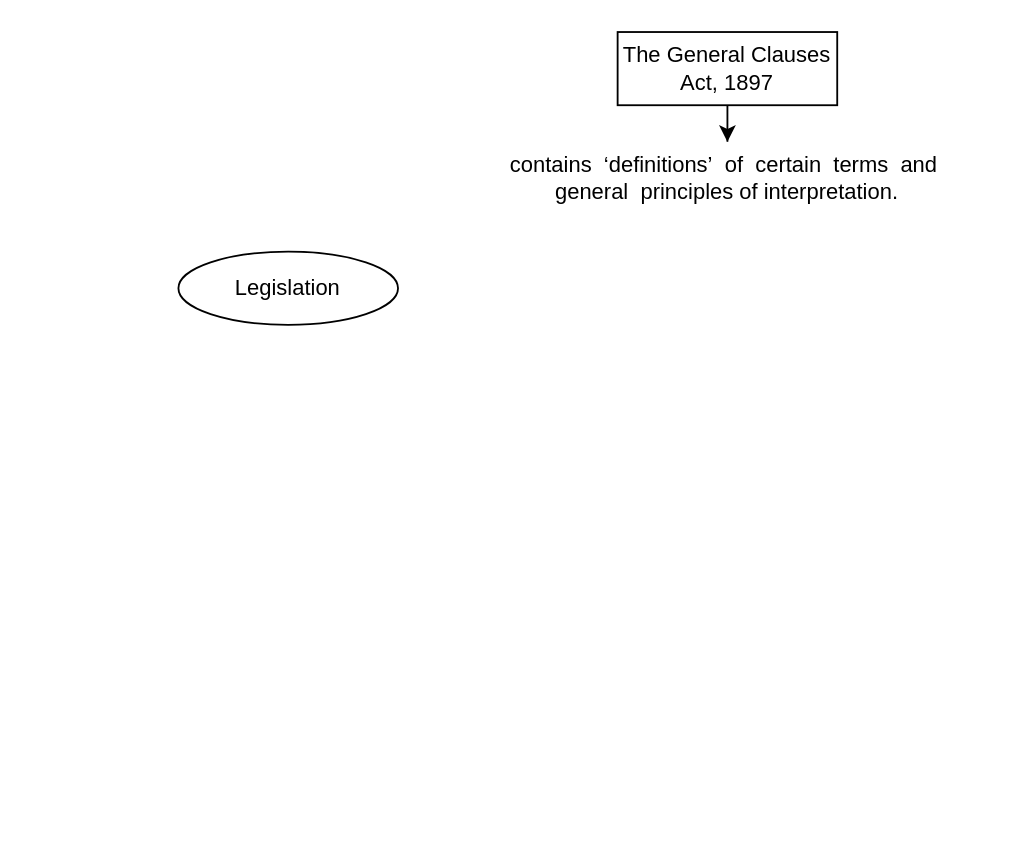
Earlier version of the draw.io diagram C3: The General Clauses Act, 1897.drawio (ShamanthMurali/INT-Law). Source tidied: cells renumbered, new cells numbered last; positions are measured from the earlier drawing's top-left corner, leaving out a move shared by most shapes. Both pictures are drawn from the tidied source at 183%, with x=0, y=0 at pixel (178, 31).
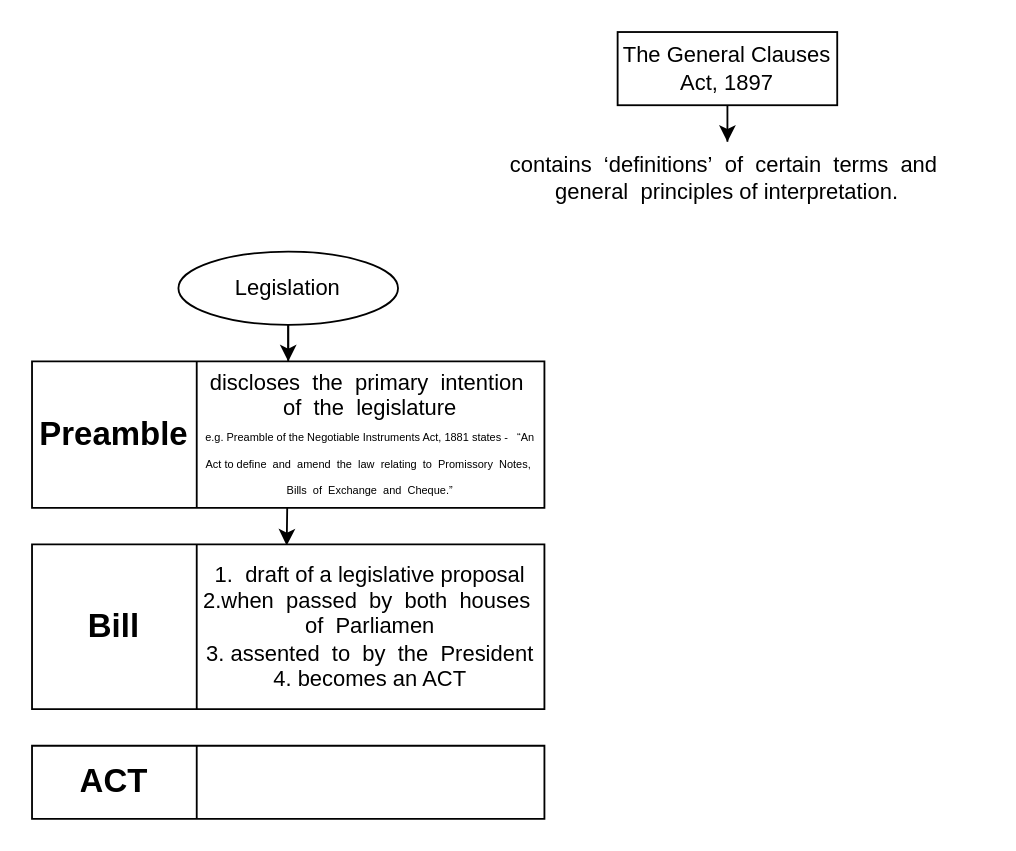
The same diagram, later.

Diff of the diagram source:
```diff
@@
 <mxGraphModel>
   <root>
     <mxCell id="0" />
     <mxCell id="1" parent="0" />
     <mxCell id="2" style="edgeStyle=orthogonalEdgeStyle;rounded=0;jettySize=auto;html=1;" parent="1" edge="1" source="3" target="4">
       <mxGeometry relative="1" as="geometry" />
     </mxCell>
     <mxCell id="3" value="The General Clauses Act, 1897" style="rounded=0;whiteSpace=wrap;html=1;" parent="1" vertex="1">
       <mxGeometry x="240" width="120" height="40" as="geometry" />
     </mxCell>
     <mxCell id="4" value="contains&amp;nbsp; ‘definitions’&amp;nbsp; of&amp;nbsp; certain&amp;nbsp; terms&amp;nbsp; and&amp;nbsp; general&amp;nbsp; principles of interpretation." style="text;html=1;strokeColor=none;fillColor=none;align=center;verticalAlign=middle;whiteSpace=wrap;rounded=0;" parent="1" vertex="1">
       <mxGeometry x="160" y="60" width="280" height="40" as="geometry" />
     </mxCell>
+    <mxCell id="6" style="edgeStyle=orthogonalEdgeStyle;rounded=0;jettySize=auto;html=1;entryX=0.501;entryY=0.005;entryDx=0;entryDy=0;entryPerimeter=0;" parent="1" edge="1" source="5" target="9">
+      <mxGeometry relative="1" as="geometry" />
+    </mxCell>
+    <mxCell id="7" style="edgeStyle=orthogonalEdgeStyle;rounded=0;jettySize=auto;html=1;entryX=0.497;entryY=0.007;entryDx=0;entryDy=0;entryPerimeter=0;" parent="1" edge="1" source="5" target="17">
+      <mxGeometry relative="1" as="geometry" />
+    </mxCell>
     <mxCell id="5" value="Legislation" style="ellipse;whiteSpace=wrap;html=1;align=center;newEdgeStyle={&quot;edgeStyle&quot;:&quot;entityRelationEdgeStyle&quot;,&quot;startArrow&quot;:&quot;none&quot;,&quot;endArrow&quot;:&quot;none&quot;,&quot;segment&quot;:10,&quot;curved&quot;:1};" parent="1" vertex="1">
       <mxGeometry y="120" width="120" height="40" as="geometry" />
     </mxCell>
+    <mxCell id="8" style="shape=table;html=1;whiteSpace=wrap;startSize=0;childLayout=tableLayout;" parent="1" vertex="1">
+      <mxGeometry x="-80" y="180" width="280" height="80" as="geometry" />
+    </mxCell>
+    <mxCell id="9" style="shape=partialRectangle;html=1;whiteSpace=wrap;fillColor=none;top=0;left=0;bottom=0;right=0;points=[[0,0.5],[1,0.5]];portConstraint=eastwest;" parent="8" vertex="1">
+      <mxGeometry width="280" height="80" as="geometry" />
+    </mxCell>
+    <mxCell id="10" value="&lt;font style=&quot;font-size: 18px&quot;&gt;&lt;b&gt;Preamble&lt;/b&gt;&lt;/font&gt;" style="shape=partialRectangle;html=1;whiteSpace=wrap;overflow=hidden;fillColor=none;top=0;left=0;bottom=0;right=0;" parent="9" vertex="1">
+      <mxGeometry width="90" height="80" as="geometry" />
+    </mxCell>
+    <mxCell id="11" value="&lt;div&gt;discloses&amp;nbsp; the&amp;nbsp; primary&amp;nbsp; intention&amp;nbsp; of&amp;nbsp; the&amp;nbsp; legislature&lt;/div&gt;&lt;font style=&quot;font-size: 6px&quot;&gt;e.g. Preamble of the Negotiable Instruments Act, 1881 states -&amp;nbsp;&amp;nbsp; “An Act to define&amp;nbsp; and&amp;nbsp; amend&amp;nbsp; the&amp;nbsp; law&amp;nbsp; relating&amp;nbsp; to&amp;nbsp; Promissory&amp;nbsp; Notes,&amp;nbsp; Bills&amp;nbsp; of&amp;nbsp; Exchange&amp;nbsp; and&amp;nbsp; Cheque.”&lt;/font&gt;" style="shape=partialRectangle;html=1;whiteSpace=wrap;overflow=hidden;fillColor=none;top=0;left=0;bottom=0;right=0;" parent="9" vertex="1">
+      <mxGeometry x="90" width="190" height="80" as="geometry" />
+    </mxCell>
+    <mxCell id="12" style="shape=table;html=1;whiteSpace=wrap;startSize=0;childLayout=tableLayout;" parent="1" vertex="1">
+      <mxGeometry x="-80" y="390" width="280" height="40" as="geometry" />
+    </mxCell>
+    <mxCell id="13" style="shape=partialRectangle;html=1;whiteSpace=wrap;fillColor=none;top=0;left=0;bottom=0;right=0;" parent="12" vertex="1">
+      <mxGeometry width="280" height="40" as="geometry" />
+    </mxCell>
+    <mxCell id="14" value="&lt;b&gt;&lt;font style=&quot;font-size: 18px&quot;&gt;ACT&lt;/font&gt;&lt;/b&gt;" style="shape=partialRectangle;html=1;whiteSpace=wrap;overflow=hidden;fillColor=none;top=0;left=0;bottom=0;right=0;" parent="13" vertex="1">
+      <mxGeometry width="90" height="40" as="geometry" />
+    </mxCell>
+    <mxCell id="15" style="shape=partialRectangle;html=1;whiteSpace=wrap;overflow=hidden;fillColor=none;top=0;left=0;bottom=0;right=0;" parent="13" vertex="1">
+      <mxGeometry x="90" width="190" height="40" as="geometry" />
+    </mxCell>
+    <mxCell id="16" style="shape=table;html=1;whiteSpace=wrap;startSize=0;childLayout=tableLayout;" parent="1" vertex="1">
+      <mxGeometry x="-80" y="280" width="280" height="90" as="geometry" />
+    </mxCell>
+    <mxCell id="17" style="shape=partialRectangle;html=1;whiteSpace=wrap;fillColor=none;top=0;left=0;bottom=0;right=0;points=[[0,0.5],[1,0.5]];portConstraint=eastwest;" parent="16" vertex="1">
+      <mxGeometry width="280" height="90" as="geometry" />
+    </mxCell>
+    <mxCell id="18" value="&lt;font style=&quot;font-size: 18px&quot;&gt;&lt;b&gt;Bill&lt;/b&gt;&lt;/font&gt;" style="shape=partialRectangle;html=1;whiteSpace=wrap;overflow=hidden;fillColor=none;top=0;left=0;bottom=0;right=0;" parent="17" vertex="1">
+      <mxGeometry width="90" height="90" as="geometry" />
+    </mxCell>
+    <mxCell id="19" value="&lt;div&gt;1.&amp;nbsp; draft of a legislative proposal&lt;/div&gt;&lt;div&gt;2.when&amp;nbsp; passed&amp;nbsp; by&amp;nbsp; both&amp;nbsp; houses&amp;nbsp; of&amp;nbsp; Parliamen&lt;/div&gt;&lt;div&gt;3. assented&amp;nbsp; to&amp;nbsp; by&amp;nbsp; the&amp;nbsp; President&lt;/div&gt;&lt;div&gt;4. becomes an ACT&lt;br&gt;&lt;/div&gt;" style="shape=partialRectangle;html=1;whiteSpace=wrap;overflow=hidden;fillColor=none;top=0;left=0;bottom=0;right=0;" parent="17" vertex="1">
+      <mxGeometry x="90" width="190" height="90" as="geometry" />
+    </mxCell>
   </root>
 </mxGraphModel>
```
